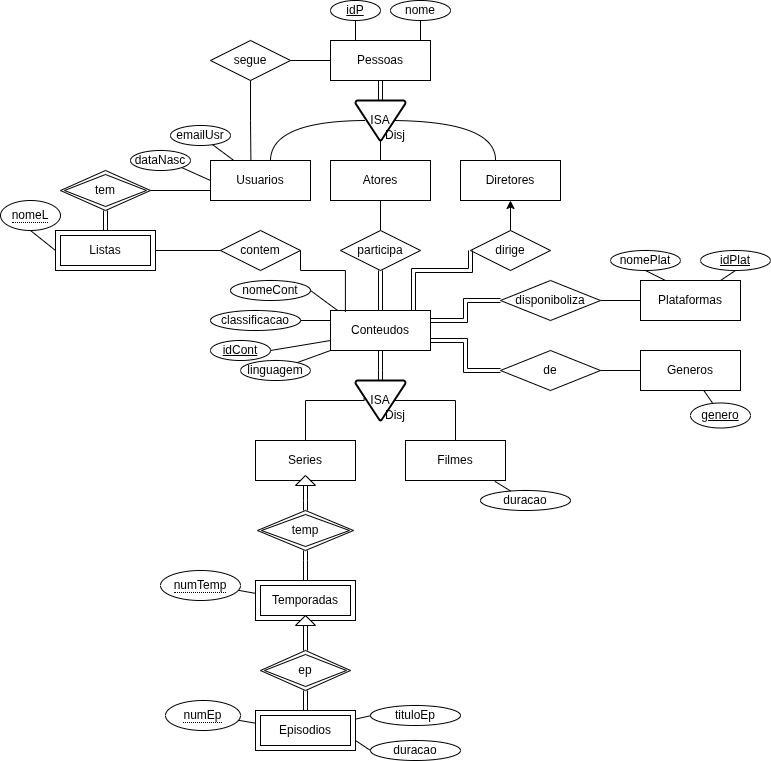
Before: ERDiagram.png, a diagram exported from draw.io (EasyBuster200/ProjetoBD_24-25). Source tidied: cells renumbered, new cells last; positions are measured from the earlier drawing's top-left corner, leaving out a move shared by most shapes.
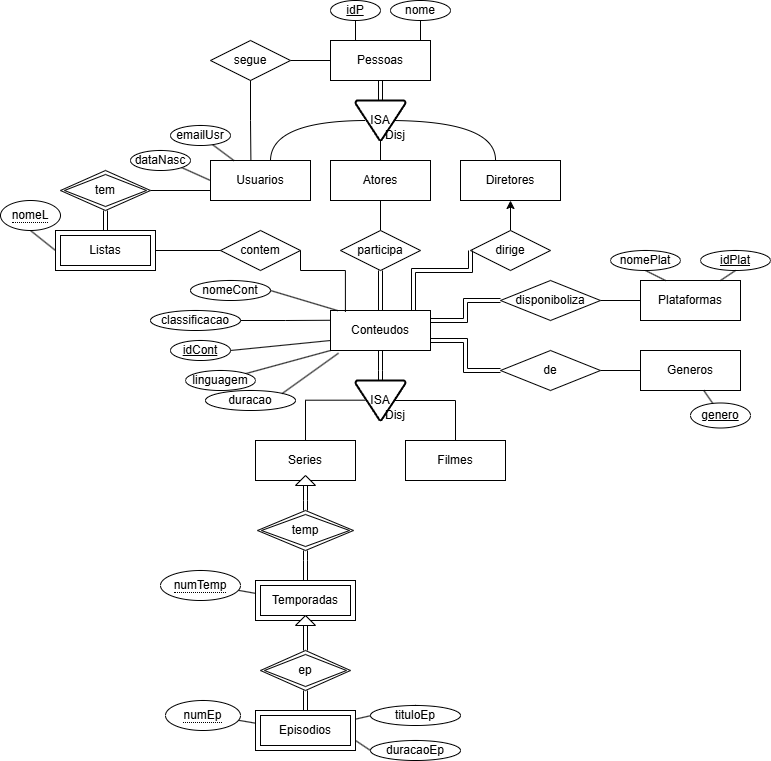
After the commit.

Change to the diagram source:
```diff
@@ -135,25 +135,25 @@
       </mxGeometry>
     </mxCell>
     <mxCell id="40" value="classificacao" style="ellipse;whiteSpace=wrap;html=1;align=center;" parent="1" vertex="1">
-      <mxGeometry x="210" y="310" width="90" height="20" as="geometry" />
+      <mxGeometry x="150" y="310" width="90" height="20" as="geometry" />
     </mxCell>
     <mxCell id="41" style="rounded=0;jettySize=auto;html=1;exitX=1;exitY=0.5;exitDx=0;exitDy=0;entryX=0;entryY=0.75;entryDx=0;entryDy=0;endArrow=none;startFill=0;" parent="1" edge="1" source="42" target="34">
       <mxGeometry relative="1" as="geometry" />
     </mxCell>
     <mxCell id="42" value="&lt;u&gt;idCont&lt;/u&gt;" style="ellipse;whiteSpace=wrap;html=1;align=center;" parent="1" vertex="1">
-      <mxGeometry x="210" y="340" width="60" height="20" as="geometry" />
+      <mxGeometry x="170" y="340" width="60" height="20" as="geometry" />
     </mxCell>
     <mxCell id="43" style="rounded=0;jettySize=auto;html=1;entryX=0;entryY=1;entryDx=0;entryDy=0;endArrow=none;startFill=0;" parent="1" edge="1" source="44" target="34">
       <mxGeometry relative="1" as="geometry" />
     </mxCell>
     <mxCell id="44" value="linguagem" style="ellipse;whiteSpace=wrap;html=1;align=center;" parent="1" vertex="1">
-      <mxGeometry x="240" y="360" width="70" height="20" as="geometry" />
+      <mxGeometry x="185" y="370" width="70" height="20" as="geometry" />
     </mxCell>
     <mxCell id="45" style="rounded=0;jettySize=auto;html=1;exitX=1;exitY=0.5;exitDx=0;exitDy=0;endArrow=none;startFill=0;entryX=0.073;entryY=0.003;entryDx=0;entryDy=0;entryPerimeter=0;" parent="1" edge="1" source="46" target="34">
       <mxGeometry relative="1" as="geometry" />
     </mxCell>
     <mxCell id="46" value="nomeCont" style="ellipse;whiteSpace=wrap;html=1;align=center;" parent="1" vertex="1">
-      <mxGeometry x="230" y="280" width="80" height="20" as="geometry" />
+      <mxGeometry x="190" y="280" width="80" height="20" as="geometry" />
     </mxCell>
     <mxCell id="47" style="edgeStyle=orthogonalEdgeStyle;rounded=0;jettySize=auto;html=1;entryX=1;entryY=0.25;entryDx=0;entryDy=0;shape=link;" parent="1" edge="1" source="49" target="34">
       <mxGeometry relative="1" as="geometry" />
@@ -225,20 +225,17 @@
     <mxCell id="68" value="temp" style="shape=rhombus;double=1;perimeter=rhombusPerimeter;whiteSpace=wrap;html=1;align=center;strokeColor=default;verticalAlign=middle;fontFamily=Helvetica;fontSize=12;fontColor=default;fillColor=default;" parent="1" vertex="1">
       <mxGeometry x="257" y="510" width="96" height="40" as="geometry" />
     </mxCell>
-    <mxCell id="69" style="edgeStyle=orthogonalEdgeStyle;rounded=0;jettySize=auto;html=1;exitX=0.5;exitY=0;exitDx=0;exitDy=0;entryX=0.171;entryY=0.436;entryDx=0;entryDy=0;entryPerimeter=0;fontFamily=Helvetica;fontSize=12;fontColor=default;endArrow=none;startFill=0;" parent="1" edge="1" source="59" target="57">
+    <mxCell id="69" style="edgeStyle=orthogonalEdgeStyle;rounded=0;jettySize=auto;html=1;exitX=0.5;exitY=0;exitDx=0;exitDy=0;entryX=0.198;entryY=0.492;entryDx=0;entryDy=0;entryPerimeter=0;fontFamily=Helvetica;fontSize=12;fontColor=default;endArrow=none;startFill=0;" parent="1" edge="1" source="59" target="57">
       <mxGeometry relative="1" as="geometry">
         <Array as="points">
           <mxPoint x="305" y="400" />
-          <mxPoint x="364" y="400" />
+          <mxPoint x="365" y="400" />
         </Array>
       </mxGeometry>
     </mxCell>
     <mxCell id="70" value="duracao" style="ellipse;whiteSpace=wrap;html=1;align=center;" parent="1" vertex="1">
-      <mxGeometry x="480" y="490" width="90" height="20" as="geometry" />
+      <mxGeometry x="205" y="390" width="90" height="20" as="geometry" />
     </mxCell>
-    <mxCell id="71" style="rounded=0;jettySize=auto;html=1;entryX=0.894;entryY=1.021;entryDx=0;entryDy=0;entryPerimeter=0;fontFamily=Helvetica;fontSize=12;fontColor=default;endArrow=none;startFill=0;" parent="1" edge="1" source="70" target="60">
-      <mxGeometry relative="1" as="geometry" />
-    </mxCell>
     <mxCell id="72" style="rounded=0;jettySize=auto;html=1;exitX=0.5;exitY=0;exitDx=0;exitDy=0;fontFamily=Helvetica;fontSize=12;fontColor=default;endArrow=none;startFill=0;" parent="1" edge="1" source="73" target="62">
       <mxGeometry relative="1" as="geometry" />
     </mxCell>
@@ -248,7 +245,7 @@
     <mxCell id="74" style="rounded=0;jettySize=auto;html=1;exitX=0;exitY=0.5;exitDx=0;exitDy=0;entryX=1;entryY=0.75;entryDx=0;entryDy=0;fontFamily=Helvetica;fontSize=12;fontColor=default;endArrow=none;startFill=0;" parent="1" edge="1" source="75" target="62">
       <mxGeometry relative="1" as="geometry" />
     </mxCell>
-    <mxCell id="75" value="duracao" style="ellipse;whiteSpace=wrap;html=1;align=center;" parent="1" vertex="1">
+    <mxCell id="75" value="duracaoEp" style="ellipse;whiteSpace=wrap;html=1;align=center;" parent="1" vertex="1">
       <mxGeometry x="370" y="740" width="90" height="20" as="geometry" />
     </mxCell>
     <mxCell id="76" style="rounded=0;jettySize=auto;html=1;exitX=0.5;exitY=1;exitDx=0;exitDy=0;entryX=0.25;entryY=0;entryDx=0;entryDy=0;fontFamily=Helvetica;fontSize=12;fontColor=default;endArrow=none;startFill=0;" parent="1" edge="1" source="77" target="53">
@@ -287,5 +284,8 @@
     <mxCell id="87" style="triangle;whiteSpace=wrap;html=1;strokeColor=default;align=center;verticalAlign=middle;fontFamily=Helvetica;fontSize=12;fontColor=default;fillColor=default;rotation=-90;" parent="1" vertex="1">
       <mxGeometry x="300" y="610" width="10" height="20" as="geometry" />
     </mxCell>
+    <mxCell id="88" style="rounded=0;jettySize=auto;html=1;exitX=1;exitY=0;exitDx=0;exitDy=0;entryX=0.08;entryY=1.067;entryDx=0;entryDy=0;entryPerimeter=0;endArrow=none;startFill=0;" parent="1" edge="1" source="70" target="34">
+      <mxGeometry relative="1" as="geometry" />
+    </mxCell>
   </root>
 </mxGraphModel>
```
